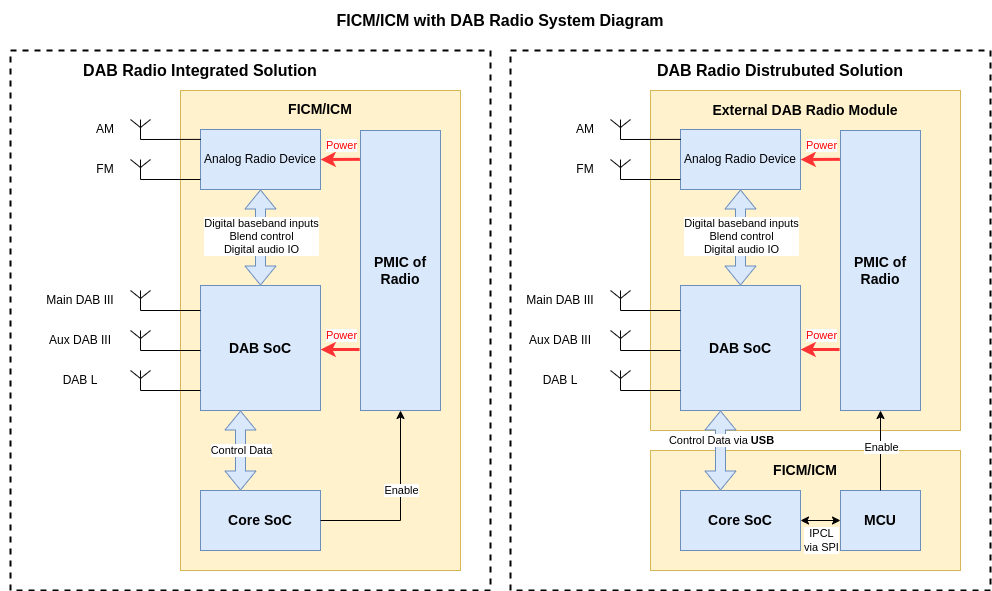
This is res/images/dab_radio_hardware_block_diagram.drawio.png from luojun6/extreme_energy_saving_dab_radio, a draw.io export, as it was before one commit. Source tidied: cells renumbered, new cells last; positions are measured from the earlier drawing's top-left corner, leaving out a move shared by most shapes. Its diagram source:
```xml
<mxGraphModel>
  <root>
    <mxCell id="0" />
    <mxCell id="1" parent="0" />
    <mxCell id="2" style="rounded=0;whiteSpace=wrap;html=1;fillColor=none;dashed=1;strokeWidth=2;" parent="1" vertex="1">
      <mxGeometry x="510" y="50" width="480" height="540" as="geometry" />
    </mxCell>
    <mxCell id="3" style="rounded=0;whiteSpace=wrap;html=1;fillColor=#fff2cc;strokeColor=#d6b656;labelPosition=center;verticalLabelPosition=top;align=center;verticalAlign=bottom;" parent="1" vertex="1">
      <mxGeometry x="650" y="90" width="310" height="340" as="geometry" />
    </mxCell>
    <mxCell id="4" style="rounded=0;whiteSpace=wrap;html=1;fillColor=none;dashed=1;strokeWidth=2;" parent="1" vertex="1">
      <mxGeometry x="10" y="50" width="480" height="540" as="geometry" />
    </mxCell>
    <mxCell id="5" style="rounded=0;whiteSpace=wrap;html=1;fillColor=#fff2cc;strokeColor=#d6b656;labelPosition=center;verticalLabelPosition=top;align=center;verticalAlign=bottom;" parent="1" vertex="1">
      <mxGeometry x="180" y="90" width="280" height="480" as="geometry" />
    </mxCell>
    <mxCell id="6" value="Core SoC" style="rounded=0;whiteSpace=wrap;html=1;fillColor=#dae8fc;strokeColor=#6c8ebf;fontSize=14;fontStyle=1;" parent="1" vertex="1">
      <mxGeometry x="200" y="490" width="120" height="60" as="geometry" />
    </mxCell>
    <mxCell id="7" value="DAB SoC" style="rounded=0;whiteSpace=wrap;html=1;fillColor=#dae8fc;strokeColor=#6c8ebf;fontSize=14;fontStyle=1;" parent="1" vertex="1">
      <mxGeometry x="200" y="285" width="120" height="125" as="geometry" />
    </mxCell>
    <mxCell id="8" style="shape=flexArrow;endArrow=classic;startArrow=classic;html=1;rounded=0;fillColor=#dae8fc;strokeColor=#6c8ebf;" parent="1" edge="1">
      <mxGeometry relative="1" as="geometry">
        <mxPoint x="240" y="490" as="sourcePoint" />
        <mxPoint x="240" y="410" as="targetPoint" />
      </mxGeometry>
    </mxCell>
    <mxCell id="9" value="Control Data" style="edgeLabel;html=1;align=center;verticalAlign=middle;" parent="8" vertex="1">
      <mxGeometry x="0.55" y="-9" relative="1" as="geometry">
        <mxPoint x="-9" y="22" as="offset" />
      </mxGeometry>
    </mxCell>
    <mxCell id="10" style="endArrow=classic;html=1;rounded=0;exitX=1;exitY=0.5;exitDx=0;exitDy=0;entryX=0.5;entryY=1;entryDx=0;entryDy=0;" parent="1" edge="1" source="6" target="61">
      <mxGeometry relative="1" as="geometry">
        <Array as="points">
          <mxPoint x="400" y="520" />
        </Array>
      </mxGeometry>
    </mxCell>
    <mxCell id="11" value="Enable" style="edgeLabel;html=1;align=center;verticalAlign=middle;" parent="10" vertex="1">
      <mxGeometry x="0.22" y="-2" relative="1" as="geometry">
        <mxPoint x="-2" y="6" as="offset" />
      </mxGeometry>
    </mxCell>
    <mxCell id="12" value="Analog Radio Device" style="rounded=0;whiteSpace=wrap;html=1;fillColor=#dae8fc;strokeColor=#6c8ebf;" parent="1" vertex="1">
      <mxGeometry x="200" y="129" width="120" height="60" as="geometry" />
    </mxCell>
    <mxCell id="13" style="verticalLabelPosition=bottom;shadow=0;dashed=0;align=center;html=1;verticalAlign=top;shape=mxgraph.electrical.radio.aerial_-_antenna_1;" parent="1" vertex="1">
      <mxGeometry x="130" y="119" width="20" height="20" as="geometry" />
    </mxCell>
    <mxCell id="14" style="endArrow=none;html=1;rounded=0;exitX=0.5;exitY=1;exitDx=0;exitDy=0;exitPerimeter=0;entryX=0.003;entryY=0.165;entryDx=0;entryDy=0;entryPerimeter=0;" parent="1" edge="1" source="13" target="12">
      <mxGeometry relative="1" as="geometry" />
    </mxCell>
    <mxCell id="15" style="verticalLabelPosition=bottom;shadow=0;dashed=0;align=center;html=1;verticalAlign=top;shape=mxgraph.electrical.radio.aerial_-_antenna_1;" parent="1" vertex="1">
      <mxGeometry x="130" y="159" width="20" height="20" as="geometry" />
    </mxCell>
    <mxCell id="16" style="endArrow=none;html=1;rounded=0;exitX=0.5;exitY=1;exitDx=0;exitDy=0;exitPerimeter=0;entryX=0.003;entryY=0.165;entryDx=0;entryDy=0;entryPerimeter=0;" parent="1" edge="1" source="15">
      <mxGeometry relative="1" as="geometry">
        <mxPoint x="200" y="179" as="targetPoint" />
      </mxGeometry>
    </mxCell>
    <mxCell id="17" value="AM" style="text;strokeColor=none;align=center;fillColor=none;html=1;verticalAlign=middle;whiteSpace=wrap;rounded=0;" parent="1" vertex="1">
      <mxGeometry x="90" y="114" width="30" height="30" as="geometry" />
    </mxCell>
    <mxCell id="18" value="FM" style="text;strokeColor=none;align=center;fillColor=none;html=1;verticalAlign=middle;whiteSpace=wrap;rounded=0;" parent="1" vertex="1">
      <mxGeometry x="90" y="154" width="30" height="30" as="geometry" />
    </mxCell>
    <mxCell id="19" style="endArrow=none;html=1;rounded=0;exitX=0.5;exitY=1;exitDx=0;exitDy=0;exitPerimeter=0;entryX=0.003;entryY=0.165;entryDx=0;entryDy=0;entryPerimeter=0;" parent="1" edge="1" source="20">
      <mxGeometry relative="1" as="geometry">
        <mxPoint x="200" y="310" as="targetPoint" />
      </mxGeometry>
    </mxCell>
    <mxCell id="20" style="verticalLabelPosition=bottom;shadow=0;dashed=0;align=center;html=1;verticalAlign=top;shape=mxgraph.electrical.radio.aerial_-_antenna_1;" parent="1" vertex="1">
      <mxGeometry x="130" y="290" width="20" height="20" as="geometry" />
    </mxCell>
    <mxCell id="21" style="endArrow=none;html=1;rounded=0;exitX=0.5;exitY=1;exitDx=0;exitDy=0;exitPerimeter=0;entryX=0.003;entryY=0.165;entryDx=0;entryDy=0;entryPerimeter=0;" parent="1" edge="1" source="22">
      <mxGeometry relative="1" as="geometry">
        <mxPoint x="200" y="350" as="targetPoint" />
      </mxGeometry>
    </mxCell>
    <mxCell id="22" style="verticalLabelPosition=bottom;shadow=0;dashed=0;align=center;html=1;verticalAlign=top;shape=mxgraph.electrical.radio.aerial_-_antenna_1;" parent="1" vertex="1">
      <mxGeometry x="130" y="330" width="20" height="20" as="geometry" />
    </mxCell>
    <mxCell id="23" style="endArrow=none;html=1;rounded=0;exitX=0.5;exitY=1;exitDx=0;exitDy=0;exitPerimeter=0;entryX=0.003;entryY=0.165;entryDx=0;entryDy=0;entryPerimeter=0;" parent="1" edge="1" source="24">
      <mxGeometry relative="1" as="geometry">
        <mxPoint x="200" y="390" as="targetPoint" />
      </mxGeometry>
    </mxCell>
    <mxCell id="24" style="verticalLabelPosition=bottom;shadow=0;dashed=0;align=center;html=1;verticalAlign=top;shape=mxgraph.electrical.radio.aerial_-_antenna_1;" parent="1" vertex="1">
      <mxGeometry x="130" y="370" width="20" height="20" as="geometry" />
    </mxCell>
    <mxCell id="25" value="Main DAB III" style="text;strokeColor=none;align=center;fillColor=none;html=1;verticalAlign=middle;whiteSpace=wrap;rounded=0;" parent="1" vertex="1">
      <mxGeometry x="40" y="290" width="80" height="20" as="geometry" />
    </mxCell>
    <mxCell id="26" value="Aux DAB III" style="text;strokeColor=none;align=center;fillColor=none;html=1;verticalAlign=middle;whiteSpace=wrap;rounded=0;" parent="1" vertex="1">
      <mxGeometry x="40" y="330" width="80" height="20" as="geometry" />
    </mxCell>
    <mxCell id="27" value="DAB L" style="text;strokeColor=none;align=center;fillColor=none;html=1;verticalAlign=middle;whiteSpace=wrap;rounded=0;" parent="1" vertex="1">
      <mxGeometry x="40" y="370" width="80" height="20" as="geometry" />
    </mxCell>
    <mxCell id="28" style="shape=flexArrow;endArrow=classic;startArrow=classic;html=1;rounded=0;fillColor=#dae8fc;strokeColor=#6c8ebf;entryX=0.5;entryY=1;entryDx=0;entryDy=0;" parent="1" edge="1" target="12">
      <mxGeometry relative="1" as="geometry">
        <mxPoint x="260" y="285" as="sourcePoint" />
      </mxGeometry>
    </mxCell>
    <mxCell id="29" value="Digital baseband inputs&lt;br&gt;Blend control&lt;br&gt;Digital audio IO" style="edgeLabel;html=1;align=center;verticalAlign=middle;" parent="28" vertex="1">
      <mxGeometry x="0.55" y="-9" relative="1" as="geometry">
        <mxPoint x="-9" y="25" as="offset" />
      </mxGeometry>
    </mxCell>
    <mxCell id="30" value="DAB Radio Integrated Solution" style="text;strokeColor=none;align=center;fillColor=none;html=1;verticalAlign=middle;whiteSpace=wrap;rounded=0;fontSize=16;fontStyle=1;" parent="1" vertex="1">
      <mxGeometry y="50" width="400" height="40" as="geometry" />
    </mxCell>
    <mxCell id="31" value="FICM/ICM" style="text;strokeColor=none;align=center;fillColor=none;html=1;verticalAlign=middle;whiteSpace=wrap;rounded=0;fontSize=14;fontStyle=1;" parent="1" vertex="1">
      <mxGeometry x="180" y="89" width="280" height="40" as="geometry" />
    </mxCell>
    <mxCell id="32" value="DAB Radio Distrubuted Solution" style="text;strokeColor=none;align=center;fillColor=none;html=1;verticalAlign=middle;whiteSpace=wrap;rounded=0;fontSize=16;fontStyle=1;" parent="1" vertex="1">
      <mxGeometry x="580" y="50" width="400" height="40" as="geometry" />
    </mxCell>
    <mxCell id="33" style="rounded=0;whiteSpace=wrap;html=1;fillColor=#fff2cc;strokeColor=#d6b656;labelPosition=center;verticalLabelPosition=top;align=center;verticalAlign=bottom;" parent="1" vertex="1">
      <mxGeometry x="650" y="450" width="310" height="120" as="geometry" />
    </mxCell>
    <mxCell id="34" value="Core SoC" style="rounded=0;whiteSpace=wrap;html=1;fillColor=#dae8fc;strokeColor=#6c8ebf;fontSize=14;fontStyle=1;" parent="1" vertex="1">
      <mxGeometry x="680" y="490" width="120" height="60" as="geometry" />
    </mxCell>
    <mxCell id="35" value="DAB SoC" style="rounded=0;whiteSpace=wrap;html=1;fillColor=#dae8fc;strokeColor=#6c8ebf;fontSize=14;fontStyle=1;" parent="1" vertex="1">
      <mxGeometry x="680" y="285" width="120" height="125" as="geometry" />
    </mxCell>
    <mxCell id="36" value="Analog Radio Device" style="rounded=0;whiteSpace=wrap;html=1;fillColor=#dae8fc;strokeColor=#6c8ebf;" parent="1" vertex="1">
      <mxGeometry x="680" y="129" width="120" height="60" as="geometry" />
    </mxCell>
    <mxCell id="37" style="verticalLabelPosition=bottom;shadow=0;dashed=0;align=center;html=1;verticalAlign=top;shape=mxgraph.electrical.radio.aerial_-_antenna_1;" parent="1" vertex="1">
      <mxGeometry x="610" y="119" width="20" height="20" as="geometry" />
    </mxCell>
    <mxCell id="38" style="endArrow=none;html=1;rounded=0;exitX=0.5;exitY=1;exitDx=0;exitDy=0;exitPerimeter=0;entryX=0.003;entryY=0.165;entryDx=0;entryDy=0;entryPerimeter=0;" parent="1" edge="1" source="37" target="36">
      <mxGeometry relative="1" as="geometry" />
    </mxCell>
    <mxCell id="39" style="verticalLabelPosition=bottom;shadow=0;dashed=0;align=center;html=1;verticalAlign=top;shape=mxgraph.electrical.radio.aerial_-_antenna_1;" parent="1" vertex="1">
      <mxGeometry x="610" y="159" width="20" height="20" as="geometry" />
    </mxCell>
    <mxCell id="40" style="endArrow=none;html=1;rounded=0;exitX=0.5;exitY=1;exitDx=0;exitDy=0;exitPerimeter=0;entryX=0.003;entryY=0.165;entryDx=0;entryDy=0;entryPerimeter=0;" parent="1" edge="1" source="39">
      <mxGeometry relative="1" as="geometry">
        <mxPoint x="680" y="179" as="targetPoint" />
      </mxGeometry>
    </mxCell>
    <mxCell id="41" value="AM" style="text;strokeColor=none;align=center;fillColor=none;html=1;verticalAlign=middle;whiteSpace=wrap;rounded=0;" parent="1" vertex="1">
      <mxGeometry x="570" y="114" width="30" height="30" as="geometry" />
    </mxCell>
    <mxCell id="42" value="FM" style="text;strokeColor=none;align=center;fillColor=none;html=1;verticalAlign=middle;whiteSpace=wrap;rounded=0;" parent="1" vertex="1">
      <mxGeometry x="570" y="154" width="30" height="30" as="geometry" />
    </mxCell>
    <mxCell id="43" style="endArrow=none;html=1;rounded=0;exitX=0.5;exitY=1;exitDx=0;exitDy=0;exitPerimeter=0;entryX=0.003;entryY=0.165;entryDx=0;entryDy=0;entryPerimeter=0;" parent="1" edge="1" source="44">
      <mxGeometry relative="1" as="geometry">
        <mxPoint x="680" y="310" as="targetPoint" />
      </mxGeometry>
    </mxCell>
    <mxCell id="44" style="verticalLabelPosition=bottom;shadow=0;dashed=0;align=center;html=1;verticalAlign=top;shape=mxgraph.electrical.radio.aerial_-_antenna_1;" parent="1" vertex="1">
      <mxGeometry x="610" y="290" width="20" height="20" as="geometry" />
    </mxCell>
    <mxCell id="45" style="endArrow=none;html=1;rounded=0;exitX=0.5;exitY=1;exitDx=0;exitDy=0;exitPerimeter=0;entryX=0.003;entryY=0.165;entryDx=0;entryDy=0;entryPerimeter=0;" parent="1" edge="1" source="46">
      <mxGeometry relative="1" as="geometry">
        <mxPoint x="680" y="350" as="targetPoint" />
      </mxGeometry>
    </mxCell>
    <mxCell id="46" style="verticalLabelPosition=bottom;shadow=0;dashed=0;align=center;html=1;verticalAlign=top;shape=mxgraph.electrical.radio.aerial_-_antenna_1;" parent="1" vertex="1">
      <mxGeometry x="610" y="330" width="20" height="20" as="geometry" />
    </mxCell>
    <mxCell id="47" style="endArrow=none;html=1;rounded=0;exitX=0.5;exitY=1;exitDx=0;exitDy=0;exitPerimeter=0;entryX=0.003;entryY=0.165;entryDx=0;entryDy=0;entryPerimeter=0;" parent="1" edge="1" source="48">
      <mxGeometry relative="1" as="geometry">
        <mxPoint x="680" y="390" as="targetPoint" />
      </mxGeometry>
    </mxCell>
    <mxCell id="48" style="verticalLabelPosition=bottom;shadow=0;dashed=0;align=center;html=1;verticalAlign=top;shape=mxgraph.electrical.radio.aerial_-_antenna_1;" parent="1" vertex="1">
      <mxGeometry x="610" y="370" width="20" height="20" as="geometry" />
    </mxCell>
    <mxCell id="49" value="Main DAB III" style="text;strokeColor=none;align=center;fillColor=none;html=1;verticalAlign=middle;whiteSpace=wrap;rounded=0;" parent="1" vertex="1">
      <mxGeometry x="520" y="290" width="80" height="20" as="geometry" />
    </mxCell>
    <mxCell id="50" value="Aux DAB III" style="text;strokeColor=none;align=center;fillColor=none;html=1;verticalAlign=middle;whiteSpace=wrap;rounded=0;" parent="1" vertex="1">
      <mxGeometry x="520" y="330" width="80" height="20" as="geometry" />
    </mxCell>
    <mxCell id="51" value="DAB L" style="text;strokeColor=none;align=center;fillColor=none;html=1;verticalAlign=middle;whiteSpace=wrap;rounded=0;" parent="1" vertex="1">
      <mxGeometry x="520" y="370" width="80" height="20" as="geometry" />
    </mxCell>
    <mxCell id="52" style="shape=flexArrow;endArrow=classic;startArrow=classic;html=1;rounded=0;fillColor=#dae8fc;strokeColor=#6c8ebf;entryX=0.5;entryY=1;entryDx=0;entryDy=0;" parent="1" edge="1" target="36">
      <mxGeometry relative="1" as="geometry">
        <mxPoint x="740" y="285" as="sourcePoint" />
      </mxGeometry>
    </mxCell>
    <mxCell id="53" value="Digital baseband inputs&lt;br&gt;Blend control&lt;br&gt;Digital audio IO" style="edgeLabel;html=1;align=center;verticalAlign=middle;" parent="52" vertex="1">
      <mxGeometry x="0.55" y="-9" relative="1" as="geometry">
        <mxPoint x="-9" y="25" as="offset" />
      </mxGeometry>
    </mxCell>
    <mxCell id="54" value="FICM/ICM" style="text;strokeColor=none;align=center;fillColor=none;html=1;verticalAlign=middle;whiteSpace=wrap;rounded=0;fontSize=14;fontStyle=1;" parent="1" vertex="1">
      <mxGeometry x="650" y="450" width="310" height="40" as="geometry" />
    </mxCell>
    <mxCell id="55" value="MCU" style="rounded=0;whiteSpace=wrap;html=1;fillColor=#dae8fc;strokeColor=#6c8ebf;fontSize=14;fontStyle=1;" parent="1" vertex="1">
      <mxGeometry x="840" y="490" width="80" height="60" as="geometry" />
    </mxCell>
    <mxCell id="56" style="shape=flexArrow;endArrow=classic;startArrow=classic;html=1;rounded=0;fillColor=#dae8fc;strokeColor=#6c8ebf;" parent="1" edge="1">
      <mxGeometry relative="1" as="geometry">
        <mxPoint x="720" y="490" as="sourcePoint" />
        <mxPoint x="720" y="410" as="targetPoint" />
      </mxGeometry>
    </mxCell>
    <mxCell id="57" value="Control Data via &lt;b&gt;USB&lt;/b&gt;" style="edgeLabel;html=1;align=center;verticalAlign=middle;" parent="56" vertex="1">
      <mxGeometry x="0.55" y="-9" relative="1" as="geometry">
        <mxPoint x="-9" y="12" as="offset" />
      </mxGeometry>
    </mxCell>
    <mxCell id="58" style="endArrow=classic;html=1;rounded=0;exitX=1;exitY=0.5;exitDx=0;exitDy=0;entryX=0;entryY=0.5;entryDx=0;entryDy=0;startArrow=classic;startFill=1;" parent="1" edge="1" source="34" target="55">
      <mxGeometry relative="1" as="geometry" />
    </mxCell>
    <mxCell id="59" value="IPCL&lt;br&gt;via SPI" style="edgeLabel;html=1;align=center;verticalAlign=middle;" parent="58" vertex="1">
      <mxGeometry x="0.22" y="-2" relative="1" as="geometry">
        <mxPoint x="-4" y="17" as="offset" />
      </mxGeometry>
    </mxCell>
    <mxCell id="60" value="External DAB Radio Module" style="text;strokeColor=none;align=center;fillColor=none;html=1;verticalAlign=middle;whiteSpace=wrap;rounded=0;fontSize=14;fontStyle=1;" parent="1" vertex="1">
      <mxGeometry x="650" y="90" width="310" height="40" as="geometry" />
    </mxCell>
    <mxCell id="61" value="PMIC of Radio" style="rounded=0;whiteSpace=wrap;html=1;fillColor=#dae8fc;strokeColor=#6c8ebf;fontSize=14;fontStyle=1;" parent="1" vertex="1">
      <mxGeometry x="360" y="130" width="80" height="280" as="geometry" />
    </mxCell>
    <mxCell id="62" style="endArrow=classic;html=1;rounded=0;exitX=-0.008;exitY=0.103;exitDx=0;exitDy=0;exitPerimeter=0;entryX=1;entryY=0.5;entryDx=0;entryDy=0;strokeWidth=3;strokeColor=#FF3333;" parent="1" edge="1" source="61" target="12">
      <mxGeometry relative="1" as="geometry" />
    </mxCell>
    <mxCell id="63" value="Power" style="edgeLabel;html=1;align=center;verticalAlign=middle;fontColor=#FF0000;" parent="62" vertex="1">
      <mxGeometry x="0.22" y="-2" relative="1" as="geometry">
        <mxPoint x="5" y="-13" as="offset" />
      </mxGeometry>
    </mxCell>
    <mxCell id="64" style="endArrow=classic;html=1;rounded=0;exitX=-0.008;exitY=0.103;exitDx=0;exitDy=0;exitPerimeter=0;entryX=1;entryY=0.5;entryDx=0;entryDy=0;strokeWidth=3;strokeColor=#FF3333;" parent="1" edge="1">
      <mxGeometry relative="1" as="geometry">
        <mxPoint x="359" y="349" as="sourcePoint" />
        <mxPoint x="320" y="349" as="targetPoint" />
      </mxGeometry>
    </mxCell>
    <mxCell id="65" value="Power" style="edgeLabel;html=1;align=center;verticalAlign=middle;fontColor=#FF0000;" parent="64" vertex="1">
      <mxGeometry x="0.22" y="-2" relative="1" as="geometry">
        <mxPoint x="5" y="-13" as="offset" />
      </mxGeometry>
    </mxCell>
    <mxCell id="66" value="PMIC of Radio" style="rounded=0;whiteSpace=wrap;html=1;fillColor=#dae8fc;strokeColor=#6c8ebf;fontSize=14;fontStyle=1;" parent="1" vertex="1">
      <mxGeometry x="840" y="130" width="80" height="280" as="geometry" />
    </mxCell>
    <mxCell id="67" style="endArrow=classic;html=1;rounded=0;exitX=-0.008;exitY=0.103;exitDx=0;exitDy=0;exitPerimeter=0;entryX=1;entryY=0.5;entryDx=0;entryDy=0;strokeWidth=3;strokeColor=#FF3333;" parent="1" edge="1" source="66">
      <mxGeometry relative="1" as="geometry">
        <mxPoint x="800" y="159" as="targetPoint" />
      </mxGeometry>
    </mxCell>
    <mxCell id="68" value="Power" style="edgeLabel;html=1;align=center;verticalAlign=middle;fontColor=#FF0000;" parent="67" vertex="1">
      <mxGeometry x="0.22" y="-2" relative="1" as="geometry">
        <mxPoint x="5" y="-13" as="offset" />
      </mxGeometry>
    </mxCell>
    <mxCell id="69" style="endArrow=classic;html=1;rounded=0;exitX=-0.008;exitY=0.103;exitDx=0;exitDy=0;exitPerimeter=0;entryX=1;entryY=0.5;entryDx=0;entryDy=0;strokeWidth=3;strokeColor=#FF3333;" parent="1" edge="1">
      <mxGeometry relative="1" as="geometry">
        <mxPoint x="839" y="349" as="sourcePoint" />
        <mxPoint x="800" y="349" as="targetPoint" />
      </mxGeometry>
    </mxCell>
    <mxCell id="70" value="Power" style="edgeLabel;html=1;align=center;verticalAlign=middle;fontColor=#FF0000;" parent="69" vertex="1">
      <mxGeometry x="0.22" y="-2" relative="1" as="geometry">
        <mxPoint x="5" y="-13" as="offset" />
      </mxGeometry>
    </mxCell>
    <mxCell id="71" style="endArrow=classic;html=1;rounded=0;exitX=0.5;exitY=0;exitDx=0;exitDy=0;entryX=0.5;entryY=1;entryDx=0;entryDy=0;" parent="1" edge="1" source="55" target="66">
      <mxGeometry relative="1" as="geometry" />
    </mxCell>
    <mxCell id="72" value="Enable" style="edgeLabel;html=1;align=center;verticalAlign=middle;" parent="71" vertex="1">
      <mxGeometry x="0.22" y="-2" relative="1" as="geometry">
        <mxPoint x="-2" y="6" as="offset" />
      </mxGeometry>
    </mxCell>
    <mxCell id="73" value="FICM/ICM with DAB Radio System Diagram" style="text;strokeColor=none;align=center;fillColor=none;html=1;verticalAlign=middle;whiteSpace=wrap;rounded=0;fontSize=16;fontStyle=1;" parent="1" vertex="1">
      <mxGeometry x="10" width="980" height="40" as="geometry" />
    </mxCell>
  </root>
</mxGraphModel>
```
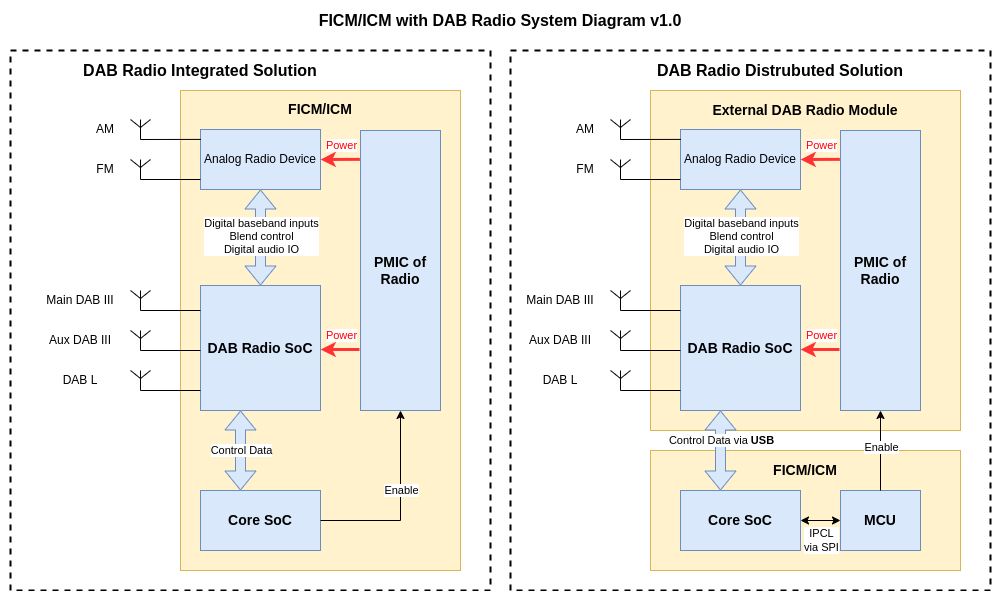
After the change.

What changed in the source:
```diff
@@ -17,7 +17,7 @@
     <mxCell id="6" value="Core SoC" style="rounded=0;whiteSpace=wrap;html=1;fillColor=#dae8fc;strokeColor=#6c8ebf;fontSize=14;fontStyle=1;" parent="1" vertex="1">
       <mxGeometry x="200" y="490" width="120" height="60" as="geometry" />
     </mxCell>
-    <mxCell id="7" value="DAB SoC" style="rounded=0;whiteSpace=wrap;html=1;fillColor=#dae8fc;strokeColor=#6c8ebf;fontSize=14;fontStyle=1;" parent="1" vertex="1">
+    <mxCell id="7" value="DAB Radio SoC" style="rounded=0;whiteSpace=wrap;html=1;fillColor=#dae8fc;strokeColor=#6c8ebf;fontSize=14;fontStyle=1;" parent="1" vertex="1">
       <mxGeometry x="200" y="285" width="120" height="125" as="geometry" />
     </mxCell>
     <mxCell id="8" style="shape=flexArrow;endArrow=classic;startArrow=classic;html=1;rounded=0;fillColor=#dae8fc;strokeColor=#6c8ebf;" parent="1" edge="1">
@@ -124,7 +124,7 @@
     <mxCell id="34" value="Core SoC" style="rounded=0;whiteSpace=wrap;html=1;fillColor=#dae8fc;strokeColor=#6c8ebf;fontSize=14;fontStyle=1;" parent="1" vertex="1">
       <mxGeometry x="680" y="490" width="120" height="60" as="geometry" />
     </mxCell>
-    <mxCell id="35" value="DAB SoC" style="rounded=0;whiteSpace=wrap;html=1;fillColor=#dae8fc;strokeColor=#6c8ebf;fontSize=14;fontStyle=1;" parent="1" vertex="1">
+    <mxCell id="35" value="DAB Radio SoC" style="rounded=0;whiteSpace=wrap;html=1;fillColor=#dae8fc;strokeColor=#6c8ebf;fontSize=14;fontStyle=1;" parent="1" vertex="1">
       <mxGeometry x="680" y="285" width="120" height="125" as="geometry" />
     </mxCell>
     <mxCell id="36" value="Analog Radio Device" style="rounded=0;whiteSpace=wrap;html=1;fillColor=#dae8fc;strokeColor=#6c8ebf;" parent="1" vertex="1">
@@ -275,7 +275,7 @@
         <mxPoint x="-2" y="6" as="offset" />
       </mxGeometry>
     </mxCell>
-    <mxCell id="73" value="FICM/ICM with DAB Radio System Diagram" style="text;strokeColor=none;align=center;fillColor=none;html=1;verticalAlign=middle;whiteSpace=wrap;rounded=0;fontSize=16;fontStyle=1;" parent="1" vertex="1">
+    <mxCell id="73" value="FICM/ICM with DAB Radio System Diagram v1.0" style="text;strokeColor=none;align=center;fillColor=none;html=1;verticalAlign=middle;whiteSpace=wrap;rounded=0;fontSize=16;fontStyle=1;" parent="1" vertex="1">
       <mxGeometry x="10" width="980" height="40" as="geometry" />
     </mxCell>
   </root>
```
